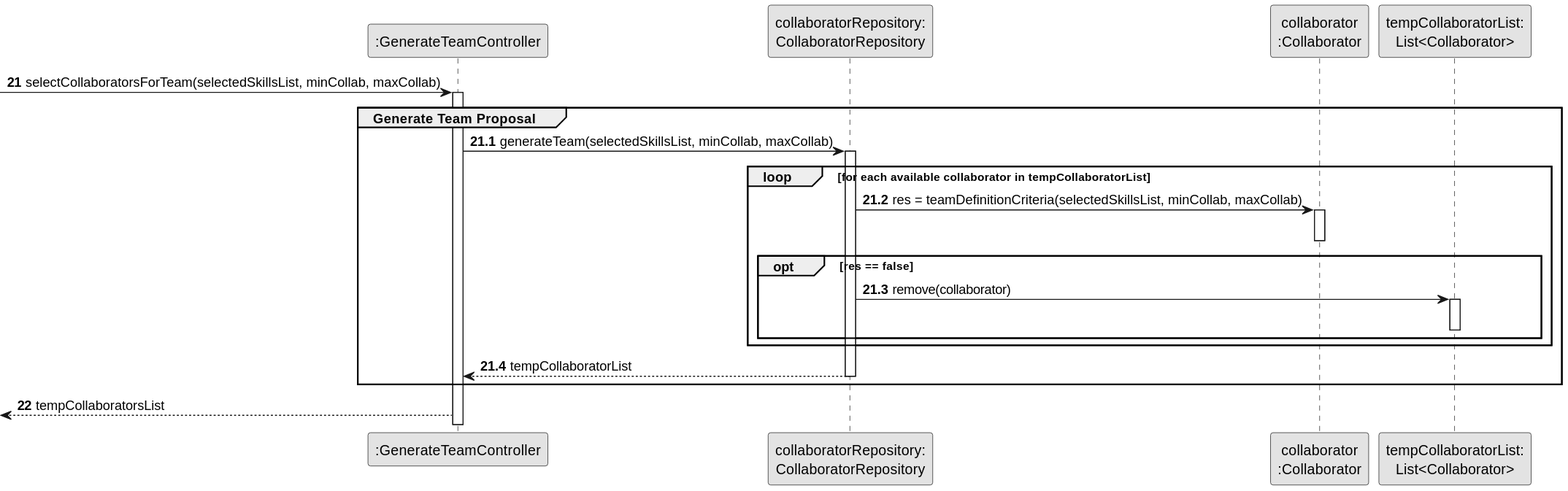
Before: docs/sprintB/us005/03.design/svg/us005-sequence-diagram-partial-generate-team-proposal.svg, a diagram exported from PlantUML (Departamento-de-Engenharia-Informatica/lei-24-s2-1dm-g132).
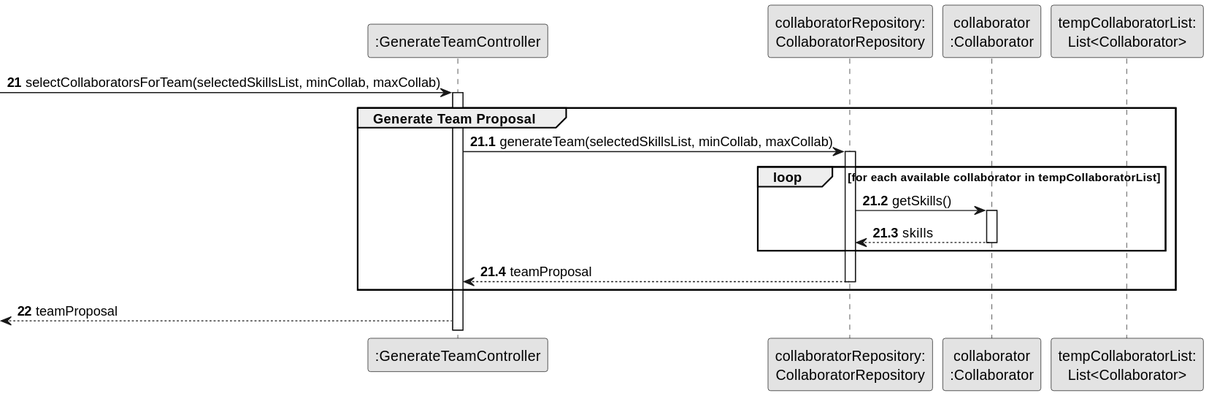
The same diagram one commit later.

Change to the diagram source:
```diff
@@ -21,27 +21,20 @@
                                 activate CollaboratorRepository
 
                                     loop for each available collaborator in tempCollaboratorList
-                                    CollaboratorRepository -> Collab : res = teamDefinitionCriteria(selectedSkillsList, minCollab, maxCollab)
+                                    CollaboratorRepository -> Collab : getSkills()
                                     activate Collab
+
+                                    Collab --> CollaboratorRepository : skills
 
                                     deactivate Collab
 
-                                    opt res == false
-
-                                    CollaboratorRepository -> tempCollaboratorList : remove(collaborator)
-                                    activate tempCollaboratorList
-
-                                    deactivate tempCollaboratorList
-
-                                    end opt
-
                                     end loop
 
-                                    CollaboratorRepository --> CTRL : tempCollaboratorList
+                                    CollaboratorRepository --> CTRL : teamProposal
                                 deactivate CollaboratorRepository
 
                 end group
                 autonumber 22
 
-    <-- CTRL : tempCollaboratorsList
+    <-- CTRL : teamProposal
 @enduml
```
